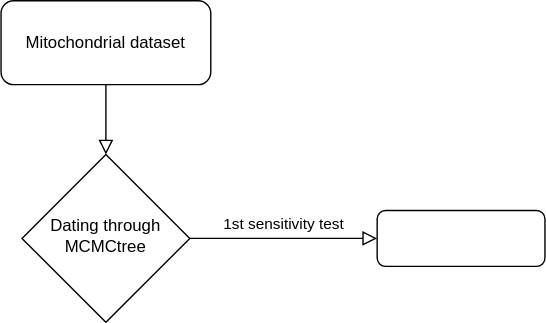
This is Workflow.svg from NiccoloRighetti/MantoGryllo_Dating, a draw.io export, as it was before one commit. Source tidied: cells renumbered, new cells last; positions are measured from the earlier drawing's top-left corner, leaving out a move shared by most shapes.
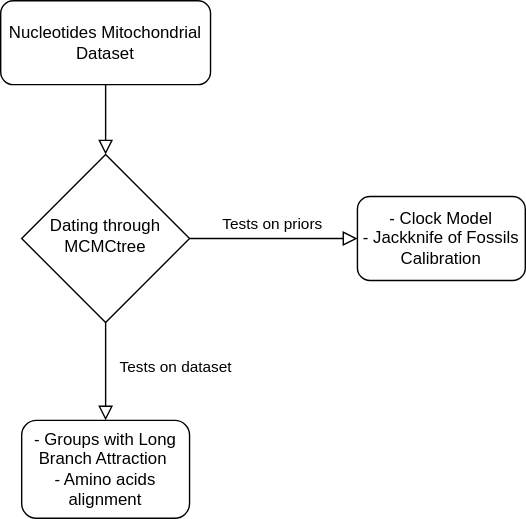
The same file after the commit.

The edit, as a diff of the source:
```diff
@@ -5,17 +5,23 @@
     <mxCell id="2" style="rounded=0;html=1;jettySize=auto;fontSize=11;endArrow=block;endFill=0;endSize=8;strokeWidth=1;shadow=0;labelBackgroundColor=none;edgeStyle=orthogonalEdgeStyle;" parent="1" edge="1" source="3" target="5">
       <mxGeometry relative="1" as="geometry" />
     </mxCell>
-    <mxCell id="3" value="Mitochondrial dataset" style="rounded=1;whiteSpace=wrap;html=1;fontSize=12;glass=0;strokeWidth=1;shadow=0;" parent="1" vertex="1">
+    <mxCell id="3" value="Nucleotides Mitochondrial Dataset" style="rounded=1;whiteSpace=wrap;html=1;fontSize=12;glass=0;strokeWidth=1;shadow=0;" parent="1" vertex="1">
       <mxGeometry width="150" height="60" as="geometry" />
     </mxCell>
-    <mxCell id="4" value="1st sensitivity test" style="edgeStyle=orthogonalEdgeStyle;rounded=0;html=1;jettySize=auto;fontSize=11;endArrow=block;endFill=0;endSize=8;strokeWidth=1;shadow=0;labelBackgroundColor=none;" parent="1" edge="1" source="5" target="6">
+    <mxCell id="4" value="Tests on priors&lt;span style=&quot;white-space: pre;&quot;&gt;&#9;&lt;/span&gt;" style="edgeStyle=orthogonalEdgeStyle;rounded=0;html=1;jettySize=auto;fontSize=11;endArrow=block;endFill=0;endSize=8;strokeWidth=1;shadow=0;labelBackgroundColor=none;" parent="1" edge="1" source="5" target="6">
       <mxGeometry y="10" relative="1" as="geometry" />
     </mxCell>
     <mxCell id="5" value="Dating through MCMCtree" style="rhombus;whiteSpace=wrap;html=1;shadow=0;fontFamily=Helvetica;fontSize=12;align=center;strokeWidth=1;spacing=6;spacingTop=-4;" parent="1" vertex="1">
       <mxGeometry x="15" y="110" width="120" height="120" as="geometry" />
     </mxCell>
-    <mxCell id="6" style="rounded=1;whiteSpace=wrap;html=1;fontSize=12;glass=0;strokeWidth=1;shadow=0;" parent="1" vertex="1">
-      <mxGeometry x="269" y="150" width="120" height="40" as="geometry" />
+    <mxCell id="6" value="- Clock Model&lt;br&gt;- Jackknife of Fossils Calibration" style="rounded=1;whiteSpace=wrap;html=1;fontSize=12;glass=0;strokeWidth=1;shadow=0;" parent="1" vertex="1">
+      <mxGeometry x="255" y="140" width="120" height="60" as="geometry" />
     </mxCell>
+    <mxCell id="7" value="- Groups with Long Branch Attraction&amp;nbsp;&lt;br&gt;- Amino acids alignment" style="rounded=1;whiteSpace=wrap;html=1;fontSize=12;glass=0;strokeWidth=1;shadow=0;" parent="1" vertex="1">
+      <mxGeometry x="15" y="300" width="120" height="70" as="geometry" />
+    </mxCell>
+    <mxCell id="8" value="Tests on dataset" style="edgeStyle=orthogonalEdgeStyle;rounded=0;html=1;jettySize=auto;fontSize=11;endArrow=block;endFill=0;endSize=8;strokeWidth=1;shadow=0;labelBackgroundColor=none;exitX=0.5;exitY=1;exitDx=0;exitDy=0;entryX=0.5;entryY=0;entryDx=0;entryDy=0;" parent="1" edge="1" source="5" target="7">
+      <mxGeometry x="-0.09" y="50" relative="1" as="geometry" />
+    </mxCell>
   </root>
 </mxGraphModel>
```
